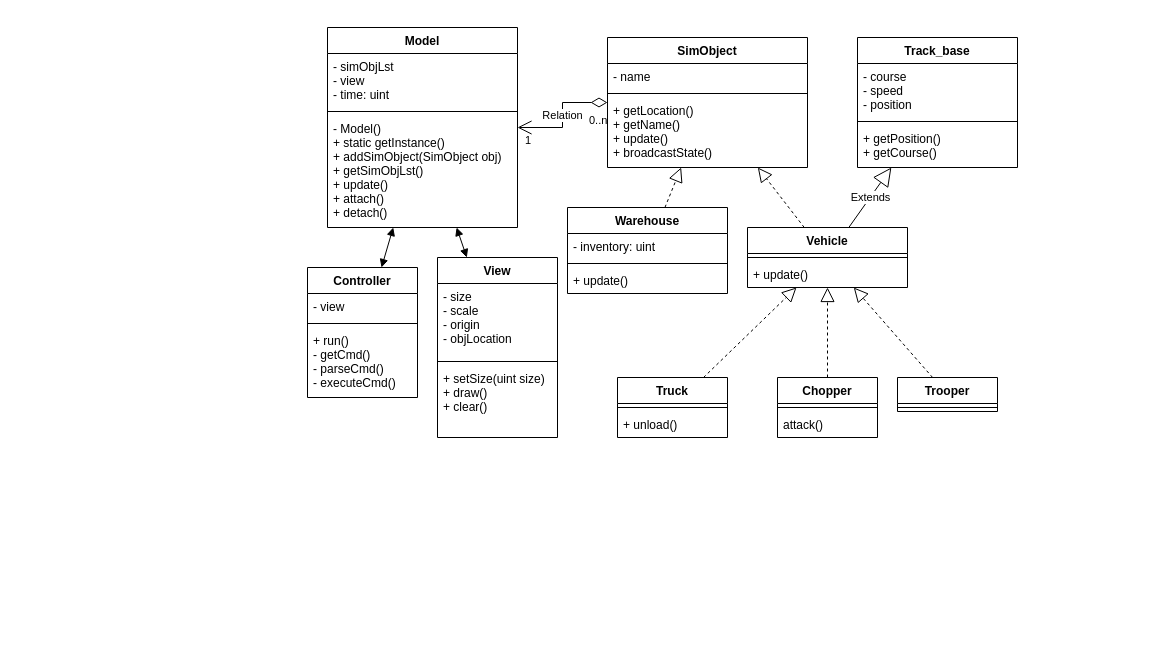
This is AdvancedCpp EX3.drawio from itai953/HW3, a draw.io file, before an edit. Source tidied: cells renumbered, new cells numbered last; positions are measured from the earlier drawing's top-left corner, leaving out a move shared by most shapes. Both pictures are drawn from the tidied source at 100%, with x=0, y=0 at pixel (307, 27).
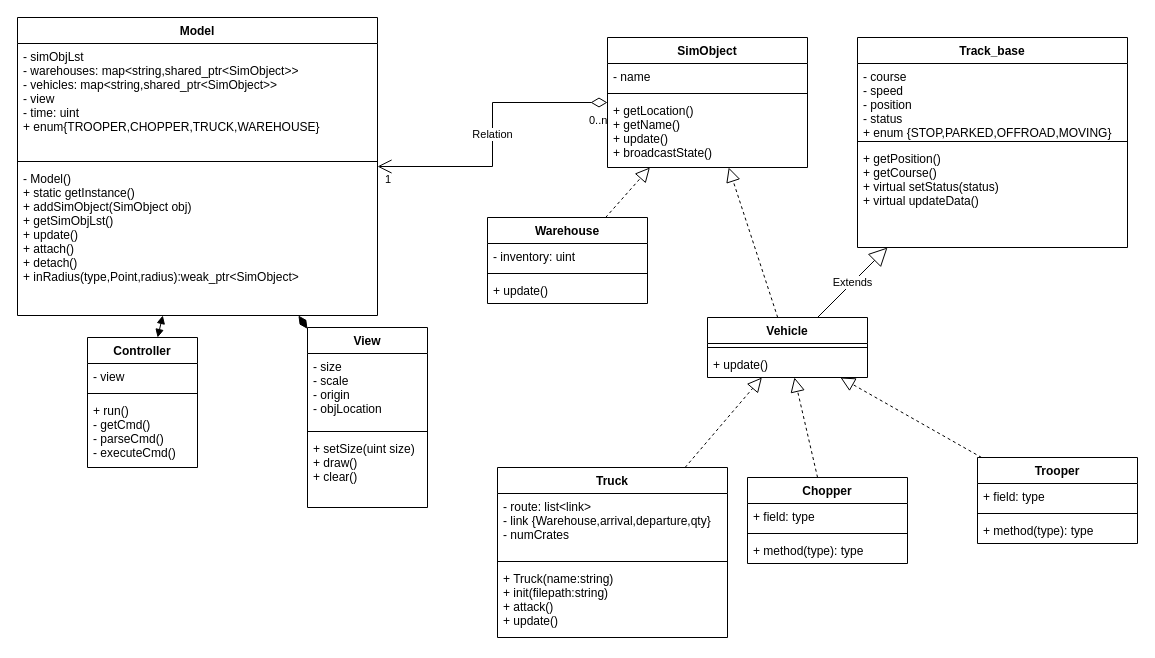
The same diagram, later.

The edit, as a diff of the source:
```diff
@@
     <mxCell id="2" value="Model" style="swimlane;fontStyle=1;align=center;verticalAlign=top;horizontal=1;startSize=26;" parent="1" vertex="1">
-      <mxGeometry x="20" width="190" height="200" as="geometry" />
+      <mxGeometry x="-290" y="-10" width="360" height="298" as="geometry" />
     </mxCell>
-    <mxCell id="3" value="- simObjLst&#10;- view&#10;- time: uint" style="text;strokeColor=none;fillColor=none;align=left;verticalAlign=top;spacingLeft=4;spacingRight=4;overflow=hidden;" parent="2" vertex="1">
-      <mxGeometry y="26" width="190" height="54" as="geometry" />
+    <mxCell id="3" value="- simObjLst&#10;- warehouses: map&lt;string,shared_ptr&lt;SimObject&gt;&gt;&#10;- vehicles: map&lt;string,shared_ptr&lt;SimObject&gt;&gt;&#10;- view&#10;- time: uint&#10;+ enum{TROOPER,CHOPPER,TRUCK,WAREHOUSE}" style="text;strokeColor=none;fillColor=none;align=left;verticalAlign=top;spacingLeft=4;spacingRight=4;overflow=hidden;" parent="2" vertex="1">
+      <mxGeometry y="26" width="360" height="114" as="geometry" />
     </mxCell>
     <mxCell id="4" style="line;strokeWidth=1;fillColor=none;align=left;verticalAlign=middle;spacingTop=-1;spacingLeft=3;spacingRight=3;labelPosition=right;" parent="2" vertex="1">
-      <mxGeometry y="80" width="190" height="8" as="geometry" />
+      <mxGeometry y="140" width="360" height="8" as="geometry" />
     </mxCell>
-    <mxCell id="5" value="- Model()&#10;+ static getInstance()&#10;+ addSimObject(SimObject obj)&#10;+ getSimObjLst()&#10;+ update()&#10;+ attach()&#10;+ detach()" style="text;strokeColor=none;fillColor=none;align=left;verticalAlign=top;spacingLeft=4;spacingRight=4;overflow=hidden;" parent="2" vertex="1">
-      <mxGeometry y="88" width="190" height="112" as="geometry" />
+    <mxCell id="5" value="- Model()&#10;+ static getInstance()&#10;+ addSimObject(SimObject obj)&#10;+ getSimObjLst()&#10;+ update()&#10;+ attach()&#10;+ detach()&#10;+ inRadius(type,Point,radius):weak_ptr&lt;SimObject&gt;" style="text;strokeColor=none;fillColor=none;align=left;verticalAlign=top;spacingLeft=4;spacingRight=4;overflow=hidden;" parent="2" vertex="1">
+      <mxGeometry y="148" width="360" height="150" as="geometry" />
     </mxCell>
@@
     <mxCell id="7" value="Controller" style="swimlane;fontStyle=1;align=center;verticalAlign=top;horizontal=1;startSize=26;" parent="1" vertex="1">
-      <mxGeometry y="240" width="110" height="130" as="geometry" />
+      <mxGeometry x="-220" y="310" width="110" height="130" as="geometry" />
     </mxCell>
@@
     <mxCell id="12" value="View" style="swimlane;fontStyle=1;align=center;verticalAlign=top;horizontal=1;startSize=26;" parent="1" vertex="1">
-      <mxGeometry x="130" y="230" width="120" height="180" as="geometry" />
+      <mxGeometry y="300" width="120" height="180" as="geometry" />
     </mxCell>
@@
     <mxCell id="24" value="Warehouse" style="swimlane;fontStyle=1;align=center;verticalAlign=top;horizontal=1;startSize=26;" parent="1" vertex="1">
-      <mxGeometry x="260" y="180" width="160" height="86" as="geometry" />
+      <mxGeometry x="180" y="190" width="160" height="86" as="geometry" />
     </mxCell>
@@
     <mxCell id="29" value="Vehicle" style="swimlane;fontStyle=1;align=center;verticalAlign=top;horizontal=1;startSize=26;" parent="1" vertex="1">
-      <mxGeometry x="440" y="200" width="160" height="60" as="geometry" />
+      <mxGeometry x="400" y="290" width="160" height="60" as="geometry" />
     </mxCell>
@@
     <mxCell id="33" value="Track_base" style="swimlane;fontStyle=1;align=center;verticalAlign=top;horizontal=1;startSize=26;" parent="1" vertex="1">
-      <mxGeometry x="550" y="10" width="160" height="130" as="geometry" />
+      <mxGeometry x="550" y="10" width="270" height="210" as="geometry" />
     </mxCell>
-    <mxCell id="34" value="- course&#10;- speed&#10;- position" style="text;strokeColor=none;fillColor=none;align=left;verticalAlign=top;spacingLeft=4;spacingRight=4;overflow=hidden;" parent="33" vertex="1">
-      <mxGeometry y="26" width="160" height="54" as="geometry" />
+    <mxCell id="34" value="- course&#10;- speed&#10;- position&#10;- status&#10;+ enum {STOP,PARKED,OFFROAD,MOVING}" style="text;strokeColor=none;fillColor=none;align=left;verticalAlign=top;spacingLeft=4;spacingRight=4;overflow=hidden;" parent="33" vertex="1">
+      <mxGeometry y="26" width="270" height="74" as="geometry" />
     </mxCell>
     <mxCell id="35" style="line;strokeWidth=1;fillColor=none;align=left;verticalAlign=middle;spacingTop=-1;spacingLeft=3;spacingRight=3;labelPosition=right;" parent="33" vertex="1">
-      <mxGeometry y="80" width="160" height="8" as="geometry" />
+      <mxGeometry y="100" width="270" height="8" as="geometry" />
     </mxCell>
-    <mxCell id="36" value="+ getPosition()&#10;+ getCourse()" style="text;strokeColor=none;fillColor=none;align=left;verticalAlign=top;spacingLeft=4;spacingRight=4;overflow=hidden;" parent="33" vertex="1">
-      <mxGeometry y="88" width="160" height="42" as="geometry" />
+    <mxCell id="36" value="+ getPosition()&#10;+ getCourse()&#10;+ virtual setStatus(status)&#10;+ virtual updateData()" style="text;strokeColor=none;fillColor=none;align=left;verticalAlign=top;spacingLeft=4;spacingRight=4;overflow=hidden;" parent="33" vertex="1">
+      <mxGeometry y="108" width="270" height="102" as="geometry" />
     </mxCell>
@@
+    <mxCell id="41" style="endArrow=block;dashed=1;endFill=0;endSize=12;html=1;rounded=0;" parent="1" edge="1" source="42" target="29">
+      <mxGeometry relative="1" as="geometry" />
+    </mxCell>
+    <mxCell id="45" style="endArrow=block;dashed=1;endFill=0;endSize=12;html=1;rounded=0;" parent="1" edge="1" source="46" target="29">
+      <mxGeometry relative="1" as="geometry" />
+    </mxCell>
     <mxCell id="38" value="Truck" style="swimlane;fontStyle=1;align=center;verticalAlign=top;horizontal=1;startSize=26;" parent="1" vertex="1">
-      <mxGeometry x="310" y="350" width="110" height="60" as="geometry" />
+      <mxGeometry x="190" y="440" width="230" height="170" as="geometry" />
     </mxCell>
-    <mxCell id="39" style="line;strokeWidth=1;fillColor=none;align=left;verticalAlign=middle;spacingTop=-1;spacingLeft=3;spacingRight=3;labelPosition=right;" parent="38" vertex="1">
-      <mxGeometry y="26" width="110" height="8" as="geometry" />
-    </mxCell>
-    <mxCell id="40" value="+ unload()" style="text;strokeColor=none;fillColor=none;align=left;verticalAlign=top;spacingLeft=4;spacingRight=4;overflow=hidden;" parent="38" vertex="1">
-      <mxGeometry y="34" width="110" height="26" as="geometry" />
-    </mxCell>
-    <mxCell id="41" style="endArrow=block;dashed=1;endFill=0;endSize=12;html=1;rounded=0;" parent="1" edge="1" source="42" target="29">
-      <mxGeometry relative="1" as="geometry" />
-    </mxCell>
+    <mxCell id="48" value="- route: list&lt;link&gt;&#10;- link {Warehouse,arrival,departure,qty}&#10;- numCrates" style="text;strokeColor=none;fillColor=none;align=left;verticalAlign=top;spacingLeft=4;spacingRight=4;overflow=hidden;" parent="38" vertex="1">
+      <mxGeometry y="26" width="230" height="64" as="geometry" />
+    </mxCell>
+    <mxCell id="49" style="line;strokeWidth=1;fillColor=none;align=left;verticalAlign=middle;spacingTop=-1;spacingLeft=3;spacingRight=3;labelPosition=right;" parent="38" vertex="1">
+      <mxGeometry y="90" width="230" height="8" as="geometry" />
+    </mxCell>
+    <mxCell id="50" value="+ Truck(name:string)&#10;+ init(filepath:string)&#10;+ attack()&#10;+ update()" style="text;strokeColor=none;fillColor=none;align=left;verticalAlign=top;spacingLeft=4;spacingRight=4;overflow=hidden;" parent="38" vertex="1">
+      <mxGeometry y="98" width="230" height="72" as="geometry" />
+    </mxCell>
+    <mxCell id="46" value="Trooper" style="swimlane;fontStyle=1;align=center;verticalAlign=top;horizontal=1;startSize=26;" parent="1" vertex="1">
+      <mxGeometry x="670" y="430" width="160" height="86" as="geometry" />
+    </mxCell>
+    <mxCell id="51" value="+ field: type" style="text;strokeColor=none;fillColor=none;align=left;verticalAlign=top;spacingLeft=4;spacingRight=4;overflow=hidden;" parent="46" vertex="1">
+      <mxGeometry y="26" width="160" height="26" as="geometry" />
+    </mxCell>
+    <mxCell id="52" style="line;strokeWidth=1;fillColor=none;align=left;verticalAlign=middle;spacingTop=-1;spacingLeft=3;spacingRight=3;labelPosition=right;" parent="46" vertex="1">
+      <mxGeometry y="52" width="160" height="8" as="geometry" />
+    </mxCell>
+    <mxCell id="53" value="+ method(type): type" style="text;strokeColor=none;fillColor=none;align=left;verticalAlign=top;spacingLeft=4;spacingRight=4;overflow=hidden;" parent="46" vertex="1">
+      <mxGeometry y="60" width="160" height="26" as="geometry" />
+    </mxCell>
     <mxCell id="42" value="Chopper" style="swimlane;fontStyle=1;align=center;verticalAlign=top;horizontal=1;startSize=26;" parent="1" vertex="1">
-      <mxGeometry x="470" y="350" width="100" height="60" as="geometry" />
+      <mxGeometry x="440" y="450" width="160" height="86" as="geometry" />
     </mxCell>
-    <mxCell id="43" style="line;strokeWidth=1;fillColor=none;align=left;verticalAlign=middle;spacingTop=-1;spacingLeft=3;spacingRight=3;labelPosition=right;" parent="42" vertex="1">
-      <mxGeometry y="26" width="100" height="8" as="geometry" />
-    </mxCell>
-    <mxCell id="44" value="attack()" style="text;strokeColor=none;fillColor=none;align=left;verticalAlign=top;spacingLeft=4;spacingRight=4;overflow=hidden;" parent="42" vertex="1">
-      <mxGeometry y="34" width="100" height="26" as="geometry" />
-    </mxCell>
-    <mxCell id="45" style="endArrow=block;dashed=1;endFill=0;endSize=12;html=1;rounded=0;" parent="1" edge="1" source="46" target="29">
-      <mxGeometry relative="1" as="geometry" />
-    </mxCell>
-    <mxCell id="46" value="Trooper" style="swimlane;fontStyle=1;align=center;verticalAlign=top;horizontal=1;startSize=26;" parent="1" vertex="1">
-      <mxGeometry x="590" y="350" width="100" height="34" as="geometry" />
-    </mxCell>
-    <mxCell id="47" style="line;strokeWidth=1;fillColor=none;align=left;verticalAlign=middle;spacingTop=-1;spacingLeft=3;spacingRight=3;labelPosition=right;" parent="46" vertex="1">
-      <mxGeometry y="26" width="100" height="8" as="geometry" />
-    </mxCell>
+    <mxCell id="54" value="+ field: type" style="text;strokeColor=none;fillColor=none;align=left;verticalAlign=top;spacingLeft=4;spacingRight=4;overflow=hidden;" parent="42" vertex="1">
+      <mxGeometry y="26" width="160" height="26" as="geometry" />
+    </mxCell>
+    <mxCell id="55" style="line;strokeWidth=1;fillColor=none;align=left;verticalAlign=middle;spacingTop=-1;spacingLeft=3;spacingRight=3;labelPosition=right;" parent="42" vertex="1">
+      <mxGeometry y="52" width="160" height="8" as="geometry" />
+    </mxCell>
+    <mxCell id="56" value="+ method(type): type" style="text;strokeColor=none;fillColor=none;align=left;verticalAlign=top;spacingLeft=4;spacingRight=4;overflow=hidden;" parent="42" vertex="1">
+      <mxGeometry y="60" width="160" height="26" as="geometry" />
+    </mxCell>
```
